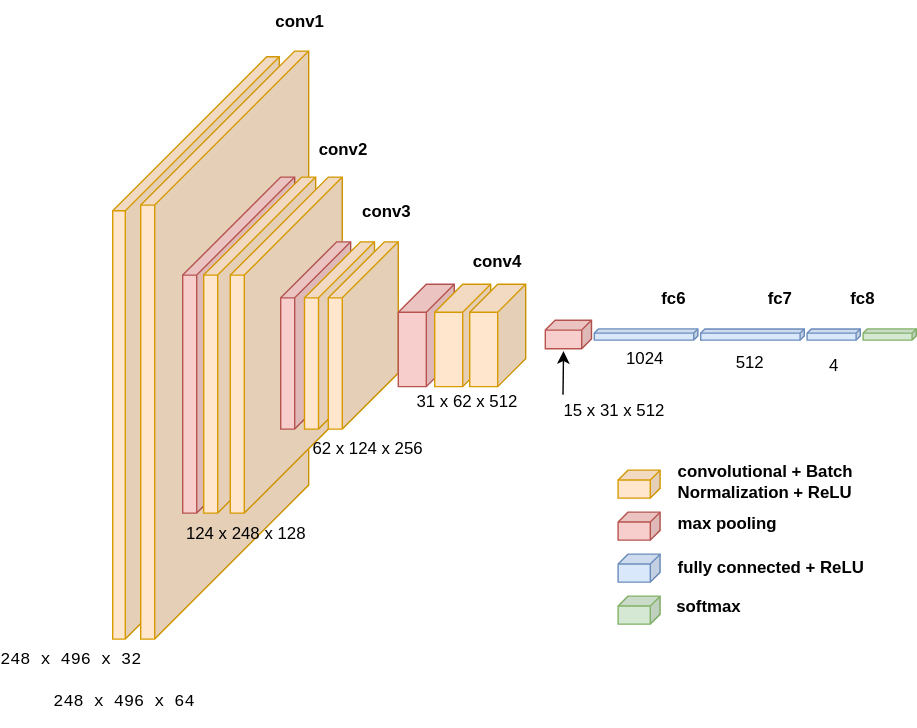
This is Untitled Diagram.drawio.svg from blackpearl006/kaggle-notebooks, a draw.io export, as it was before one commit. Source tidied: cells renumbered, new cells last; positions are measured from the earlier drawing's top-left corner, leaving out a move shared by most shapes.
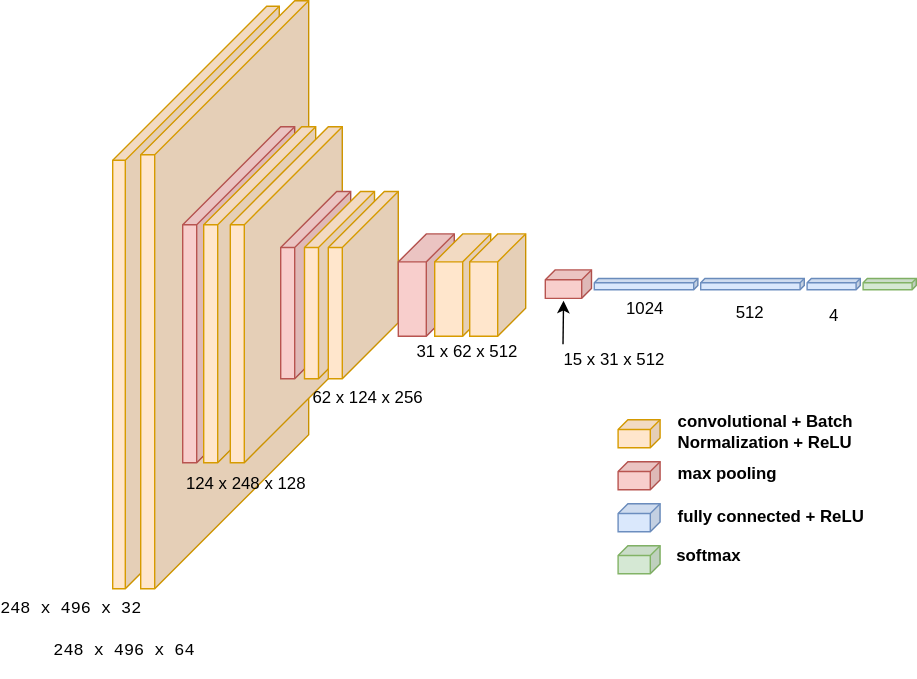
After the commit.

Change to the diagram source:
```diff
@@ -62,27 +62,6 @@
     <mxCell id="21" style="shape=cube;whiteSpace=wrap;html=1;boundedLbl=1;backgroundOutline=1;darkOpacity=0.05;darkOpacity2=0.1;size=7;direction=east;flipH=1;fillColor=#d5e8d4;strokeColor=#82b366;" parent="1" vertex="1">
       <mxGeometry x="440" y="425.3" width="30" height="20" as="geometry" />
     </mxCell>
-    <mxCell id="22" value="&lt;b&gt;conv1&lt;/b&gt;" style="text;html=1;strokeColor=none;fillColor=none;align=center;verticalAlign=middle;whiteSpace=wrap;rounded=0;" parent="1" vertex="1">
-      <mxGeometry x="193" width="40" height="30" as="geometry" />
-    </mxCell>
-    <mxCell id="23" value="&lt;b&gt;conv2&lt;/b&gt;" style="text;html=1;strokeColor=none;fillColor=none;align=center;verticalAlign=middle;whiteSpace=wrap;rounded=0;" parent="1" vertex="1">
-      <mxGeometry x="224" y="92" width="40" height="30" as="geometry" />
-    </mxCell>
-    <mxCell id="24" value="&lt;b&gt;conv3&lt;/b&gt;" style="text;html=1;strokeColor=none;fillColor=none;align=center;verticalAlign=middle;whiteSpace=wrap;rounded=0;" parent="1" vertex="1">
-      <mxGeometry x="255" y="136" width="40" height="30" as="geometry" />
-    </mxCell>
-    <mxCell id="25" value="&lt;b&gt;conv4&lt;/b&gt;" style="text;html=1;strokeColor=none;fillColor=none;align=center;verticalAlign=middle;whiteSpace=wrap;rounded=0;" parent="1" vertex="1">
-      <mxGeometry x="334" y="172.2" width="40" height="30" as="geometry" />
-    </mxCell>
-    <mxCell id="26" value="&lt;b&gt;fc6&lt;/b&gt;" style="text;html=1;strokeColor=none;fillColor=none;align=center;verticalAlign=middle;whiteSpace=wrap;rounded=0;" parent="1" vertex="1">
-      <mxGeometry x="460" y="198.3" width="40" height="30" as="geometry" />
-    </mxCell>
-    <mxCell id="27" value="&lt;b&gt;fc7&lt;/b&gt;" style="text;html=1;strokeColor=none;fillColor=none;align=center;verticalAlign=middle;whiteSpace=wrap;rounded=0;" parent="1" vertex="1">
-      <mxGeometry x="536" y="198.3" width="40" height="30" as="geometry" />
-    </mxCell>
-    <mxCell id="28" value="&lt;b&gt;fc8&lt;/b&gt;" style="text;html=1;strokeColor=none;fillColor=none;align=center;verticalAlign=middle;whiteSpace=wrap;rounded=0;" parent="1" vertex="1">
-      <mxGeometry x="595" y="198.3" width="40" height="30" as="geometry" />
-    </mxCell>
     <mxCell id="29" value="&lt;pre&gt;248 x 496 x 64&lt;/pre&gt;" style="text;html=1;strokeColor=none;fillColor=none;align=center;verticalAlign=middle;whiteSpace=wrap;rounded=0;" parent="1" vertex="1">
       <mxGeometry x="38" y="486" width="99" height="30" as="geometry" />
     </mxCell>
```
